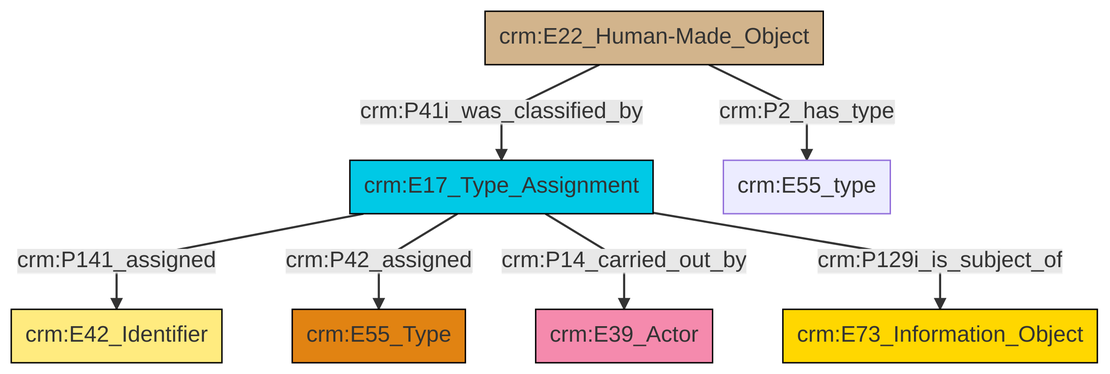
Above: et/builtWorkCSV/ttl/mmd/png/Built_Work_designation_status.png in swiss-art-research-net/docs.swissartresearch (Mermaid), before the change. Its source is kept beside it as et/builtWorkCSV/ttl/mmd/Built_Work_designation_status.ttl.mmd.
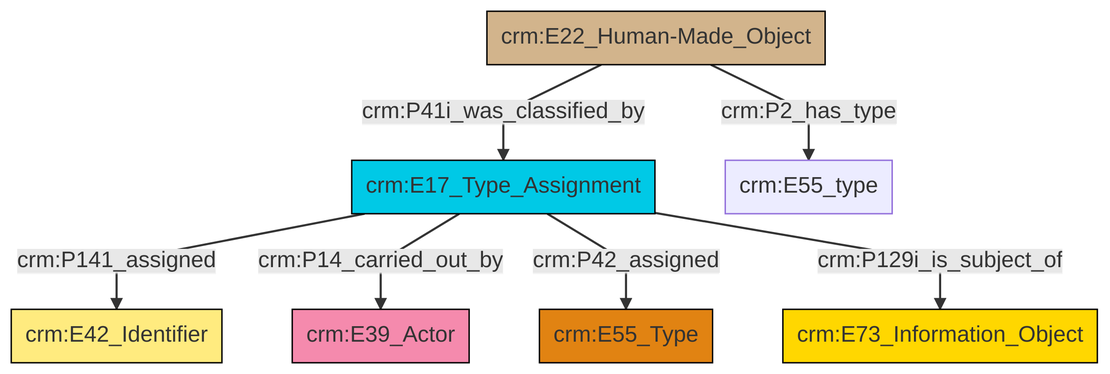
Later version of the same file.

Change to the diagram source:
```diff
@@ -13,9 +13,9 @@
 classDef PC_Classes fill:#4ce600, stroke:#000000;
 classDef Multi fill:#cccccc,stroke:#000000;
 
-2["crm:E17_Type_Assignment"]:::Temporal_Entity -->|crm:P141_assigned| 0["crm:E42_Identifier"]:::Appellation
-2["crm:E17_Type_Assignment"]:::Temporal_Entity -->|crm:P42_assigned| 5["crm:E55_Type"]:::Type
-10["crm:E22_Human-Made_Object"]:::Physical_Thing -->|crm:P41i_was_classified_by| 2["crm:E17_Type_Assignment"]:::Temporal_Entity
-2["crm:E17_Type_Assignment"]:::Temporal_Entity -->|crm:P14_carried_out_by| 7["crm:E39_Actor"]:::Actor
-10["crm:E22_Human-Made_Object"]:::Physical_Thing -->|crm:P2_has_type| 3["crm:E55_type"]:::Default
-2["crm:E17_Type_Assignment"]:::Temporal_Entity -->|crm:P129i_is_subject_of| 12["crm:E73_Information_Object"]:::Conceptual_Object
+0["crm:E17_Type_Assignment"]:::Temporal_Entity -->|crm:P141_assigned| 1["crm:E42_Identifier"]:::Appellation
+6["crm:E22_Human-Made_Object"]:::Physical_Thing -->|crm:P41i_was_classified_by| 0["crm:E17_Type_Assignment"]:::Temporal_Entity
+0["crm:E17_Type_Assignment"]:::Temporal_Entity -->|crm:P14_carried_out_by| 4["crm:E39_Actor"]:::Actor
+0["crm:E17_Type_Assignment"]:::Temporal_Entity -->|crm:P42_assigned| 2["crm:E55_Type"]:::Type
+0["crm:E17_Type_Assignment"]:::Temporal_Entity -->|crm:P129i_is_subject_of| 12["crm:E73_Information_Object"]:::Conceptual_Object
+6["crm:E22_Human-Made_Object"]:::Physical_Thing -->|crm:P2_has_type| 7["crm:E55_type"]:::Default
```
